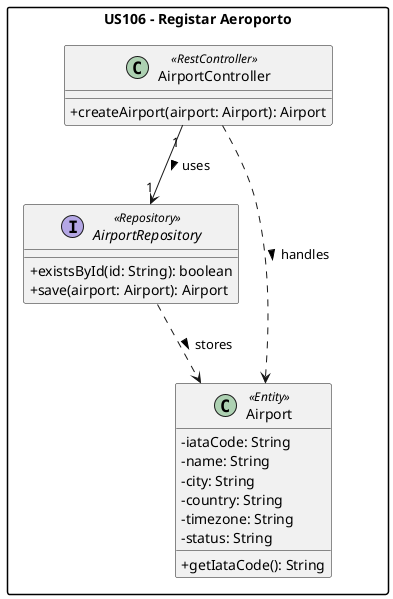
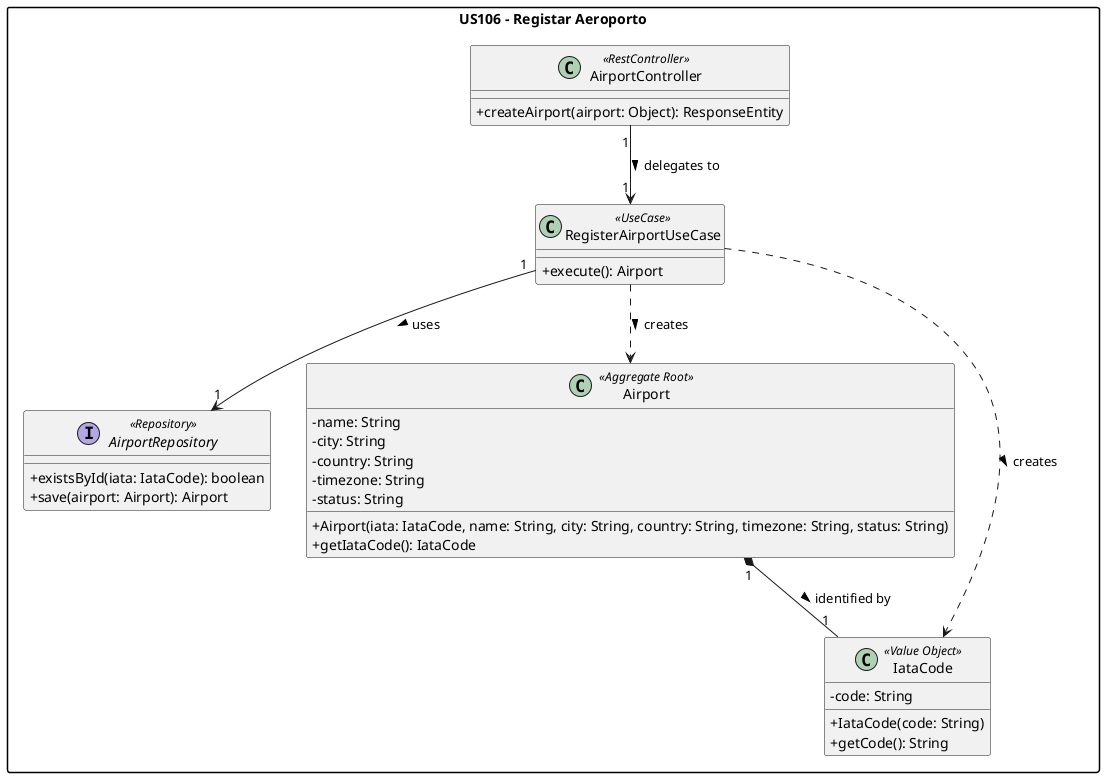
@startuml
skinparam classAttributeIconSize 0
skinparam packageStyle rectangle

package "US106 - Registar Aeroporto" {

    class AirportController <<RestController>> {
-       + createAirport(airport: Airport): Airport
+       + createAirport(airport: Object): ResponseEntity
+     }
+ 
+     class RegisterAirportUseCase <<UseCase>> {
+       + execute(): Airport
    }

    interface AirportRepository <<Repository>> {
-       + existsById(id: String): boolean
+       + existsById(iata: IataCode): boolean
      + save(airport: Airport): Airport
    }

-     class Airport <<Entity>> {
-       - iataCode: String
+     class Airport <<Aggregate Root>> {
      - name: String
      - city: String
      - country: String
      - timezone: String
      - status: String
-       + getIataCode(): String
+       + Airport(iata: IataCode, name: String, city: String, country: String, timezone: String, status: String)
+       + getIataCode(): IataCode
    }

-     AirportController "1" --> "1" AirportRepository : uses >
-     AirportController ..> Airport : handles >
-     AirportRepository ..> Airport : stores >
+     class IataCode <<Value Object>> {
+       - code: String
+       + IataCode(code: String)
+       + getCode(): String
+     }
+ 
+     ' Relacionamentos
+     AirportController "1" --> "1" RegisterAirportUseCase : delegates to >
+     RegisterAirportUseCase "1" --> "1" AirportRepository : uses >
+ 
+     RegisterAirportUseCase ..> Airport : creates >
+     RegisterAirportUseCase ..> IataCode : creates >
+ 
+     Airport "1" *-- "1" IataCode : identified by >
}
@enduml